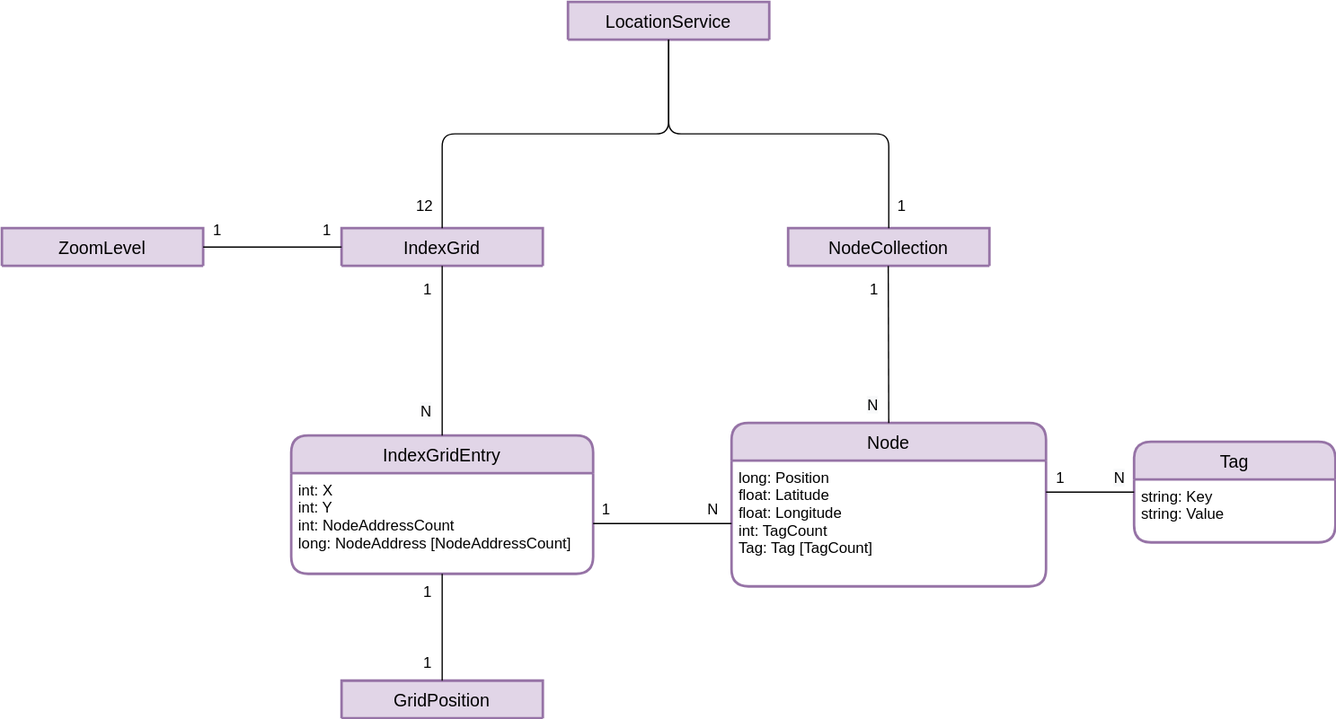
This is _images/architecture-data-format.drawio.svg from gartenkralle/geolocation-services-doc, a draw.io export, as it was before one commit. Source tidied: cells renumbered, new cells last; positions are measured from the earlier drawing's top-left corner, leaving out a move shared by most shapes. Source of this version:
```xml
<mxGraphModel>
  <root>
    <mxCell id="0" />
    <mxCell id="1" parent="0" />
    <mxCell id="2" value="Node" style="swimlane;horizontal=1;startSize=30;rounded=1;fontSize=14;fontStyle=0;strokeWidth=2;shadow=0;dashed=0;align=center;fillColor=#e1d5e7;strokeColor=#9673a6;" parent="1" vertex="1">
      <mxGeometry x="580" y="335" width="250" height="130" as="geometry" />
    </mxCell>
    <mxCell id="3" value="long: Position&#10;float: Latitude&#10;float: Longitude&#10;int: TagCount&#10;Tag: Tag [TagCount]" style="align=left;strokeColor=none;fillColor=none;spacingLeft=4;fontSize=12;verticalAlign=top;" parent="2" vertex="1">
      <mxGeometry y="30" width="250" height="100" as="geometry" />
    </mxCell>
    <mxCell id="4" value="IndexGridEntry" style="swimlane;horizontal=1;startSize=30;rounded=1;fontSize=14;fontStyle=0;strokeWidth=2;shadow=0;dashed=0;align=center;fillColor=#e1d5e7;strokeColor=#9673a6;" parent="1" vertex="1">
      <mxGeometry x="230" y="345" width="240" height="110" as="geometry" />
    </mxCell>
    <mxCell id="5" value="int: X&#10;int: Y&#10;int: NodeAddressCount&#10;long: NodeAddress [NodeAddressCount]" style="align=left;strokeColor=none;fillColor=none;spacingLeft=4;fontSize=12;verticalAlign=top;" parent="4" vertex="1">
      <mxGeometry y="30" width="240" height="80" as="geometry" />
    </mxCell>
    <mxCell id="6" value="IndexGrid" style="swimlane;horizontal=1;startSize=30;rounded=1;fontSize=14;fontStyle=0;strokeWidth=2;shadow=0;dashed=0;align=center;fillColor=#e1d5e7;strokeColor=#9673a6;" parent="1" vertex="1">
      <mxGeometry x="270" y="180" width="160" height="30" as="geometry" />
    </mxCell>
    <mxCell id="7" value="NodeCollection" style="swimlane;horizontal=1;startSize=30;rounded=1;fontSize=14;fontStyle=0;strokeWidth=2;shadow=0;dashed=0;align=center;fillColor=#e1d5e7;strokeColor=#9673a6;" parent="1" vertex="1">
      <mxGeometry x="625" y="180" width="160" height="30" as="geometry" />
    </mxCell>
    <mxCell id="8" style="endArrow=none;html=1;rounded=0;entryX=0.5;entryY=1;entryDx=0;entryDy=0;exitX=0.5;exitY=0;exitDx=0;exitDy=0;" parent="1" edge="1" source="4" target="6">
      <mxGeometry relative="1" as="geometry" />
    </mxCell>
    <mxCell id="9" value="1" style="html=1;align=right;verticalAlign=bottom;direction=south;spacingRight=-2;spacingBottom=3;" parent="8" vertex="1">
      <mxGeometry x="1" relative="1" as="geometry">
        <mxPoint x="-10" y="30" as="offset" />
      </mxGeometry>
    </mxCell>
    <mxCell id="10" style="endArrow=none;html=1;rounded=0;entryX=0.5;entryY=1;entryDx=0;entryDy=0;exitX=0.5;exitY=0;exitDx=0;exitDy=0;" parent="1" edge="1" source="2">
      <mxGeometry relative="1" as="geometry">
        <mxPoint x="704.6" y="210" as="targetPoint" />
      </mxGeometry>
    </mxCell>
    <mxCell id="11" value="1" style="html=1;align=right;verticalAlign=bottom;direction=south;spacingRight=-2;spacingBottom=3;" parent="10" vertex="1">
      <mxGeometry x="1" relative="1" as="geometry">
        <mxPoint x="-10" y="30" as="offset" />
      </mxGeometry>
    </mxCell>
    <mxCell id="12" value="12" style="html=1;align=right;verticalAlign=bottom;direction=south;spacingRight=-2;spacingBottom=3;" parent="1" vertex="1">
      <mxGeometry x="520" y="240" as="geometry">
        <mxPoint x="-179" y="-66" as="offset" />
      </mxGeometry>
    </mxCell>
    <mxCell id="13" value="1" style="html=1;align=right;verticalAlign=bottom;spacingRight=-2;spacingBottom=-6;" parent="1" vertex="1">
      <mxGeometry x="830" y="320" as="geometry">
        <mxPoint x="-113" y="-155" as="offset" />
      </mxGeometry>
    </mxCell>
    <mxCell id="14" value="&#10;&#10;&lt;span style=&quot;color: rgb(0, 0, 0); font-family: helvetica; font-size: 12px; font-style: normal; font-weight: 400; letter-spacing: normal; text-align: right; text-indent: 0px; text-transform: none; word-spacing: 0px; background-color: rgb(248, 249, 250); display: inline; float: none;&quot;&gt;N&lt;/span&gt;&#10;&#10;" style="html=1;align=right;verticalAlign=bottom;spacingBottom=-1;spacing=2;spacingRight=-2;" parent="1" vertex="1">
      <mxGeometry x="370" y="360" as="geometry">
        <mxPoint x="-30" y="2" as="offset" />
      </mxGeometry>
    </mxCell>
    <mxCell id="15" value="&#10;&#10;&lt;span style=&quot;color: rgb(0, 0, 0); font-family: helvetica; font-size: 12px; font-style: normal; font-weight: 400; letter-spacing: normal; text-align: right; text-indent: 0px; text-transform: none; word-spacing: 0px; background-color: rgb(248, 249, 250); display: inline; float: none;&quot;&gt;N&lt;/span&gt;&#10;&#10;" style="html=1;align=right;verticalAlign=bottom;spacingBottom=4;spacing=2;spacingRight=-7;" parent="1" vertex="1">
      <mxGeometry x="720" y="360" as="geometry">
        <mxPoint x="-30" y="2" as="offset" />
      </mxGeometry>
    </mxCell>
    <mxCell id="16" value="Tag" style="swimlane;horizontal=1;startSize=30;rounded=1;fontSize=14;fontStyle=0;strokeWidth=2;shadow=0;dashed=0;align=center;fillColor=#e1d5e7;strokeColor=#9673a6;" parent="1" vertex="1">
      <mxGeometry x="900" y="350" width="160" height="80" as="geometry" />
    </mxCell>
    <mxCell id="17" style="edgeStyle=none;html=1;" parent="16" edge="1" source="18" target="16">
      <mxGeometry relative="1" as="geometry" />
    </mxCell>
    <mxCell id="18" value="string: Key&#10;string: Value" style="align=left;strokeColor=none;fillColor=none;spacingLeft=4;fontSize=12;verticalAlign=top;" parent="16" vertex="1">
      <mxGeometry y="30" width="160" height="50" as="geometry" />
    </mxCell>
    <mxCell id="19" value="GridPosition" style="swimlane;horizontal=1;startSize=30;rounded=1;fontSize=14;fontStyle=0;strokeWidth=2;shadow=0;dashed=0;align=center;fillColor=#e1d5e7;strokeColor=#9673a6;" parent="1" vertex="1">
      <mxGeometry x="270" y="540" width="160" height="30" as="geometry" />
    </mxCell>
    <mxCell id="20" style="endArrow=none;html=1;rounded=0;strokeColor=#000000;exitX=0.5;exitY=1;exitDx=0;exitDy=0;entryX=0.5;entryY=0;entryDx=0;entryDy=0;" parent="1" edge="1" source="5" target="19">
      <mxGeometry relative="1" as="geometry" />
    </mxCell>
    <mxCell id="21" value="1" style="html=1;align=right;verticalAlign=bottom;direction=south;spacingRight=-3;spacingBottom=-3;" parent="1" vertex="1">
      <mxGeometry x="350" y="250" as="geometry">
        <mxPoint x="-11" y="225" as="offset" />
      </mxGeometry>
    </mxCell>
    <mxCell id="22" value="1" style="html=1;align=right;verticalAlign=bottom;direction=south;spacingRight=-2;spacingBottom=6;" parent="1" vertex="1">
      <mxGeometry x="340" y="540" as="geometry" />
    </mxCell>
    <mxCell id="23" value="ZoomLevel" style="swimlane;horizontal=1;startSize=30;rounded=1;fontSize=14;fontStyle=0;strokeWidth=2;shadow=0;dashed=0;align=center;fillColor=#e1d5e7;strokeColor=#9673a6;" parent="1" vertex="1">
      <mxGeometry y="180" width="160" height="30" as="geometry" />
    </mxCell>
    <mxCell id="24" style="endArrow=none;html=1;rounded=0;entryX=1;entryY=0.5;entryDx=0;entryDy=0;exitX=0;exitY=0.5;exitDx=0;exitDy=0;" parent="1" edge="1" source="6" target="23">
      <mxGeometry relative="1" as="geometry" />
    </mxCell>
    <mxCell id="25" value="1" style="html=1;align=right;verticalAlign=bottom;direction=south;spacingRight=-5;spacingBottom=5;" parent="24" vertex="1">
      <mxGeometry x="1" relative="1" as="geometry">
        <mxPoint x="10" as="offset" />
      </mxGeometry>
    </mxCell>
    <mxCell id="26" value="1" style="html=1;align=right;verticalAlign=bottom;direction=south;spacingRight=-2;spacingBottom=5;" parent="1" vertex="1">
      <mxGeometry x="260" y="195" as="geometry" />
    </mxCell>
    <mxCell id="27" value="LocationService" style="swimlane;horizontal=1;startSize=30;rounded=1;fontSize=14;fontStyle=0;strokeWidth=2;shadow=0;dashed=0;align=center;fillColor=#e1d5e7;strokeColor=#9673a6;" parent="1" vertex="1">
      <mxGeometry x="450" width="160" height="30" as="geometry" />
    </mxCell>
    <mxCell id="28" style="endArrow=none;html=1;rounded=1;entryX=0.5;entryY=1;entryDx=0;entryDy=0;exitX=0.5;exitY=0;exitDx=0;exitDy=0;edgeStyle=orthogonalEdgeStyle;" parent="1" edge="1" source="6" target="27">
      <mxGeometry relative="1" as="geometry" />
    </mxCell>
    <mxCell id="29" style="endArrow=none;html=1;rounded=1;exitX=0.5;exitY=0;exitDx=0;exitDy=0;entryX=0.5;entryY=1;entryDx=0;entryDy=0;edgeStyle=orthogonalEdgeStyle;" parent="1" edge="1" source="7" target="27">
      <mxGeometry relative="1" as="geometry" />
    </mxCell>
    <mxCell id="30" style="endArrow=none;html=1;rounded=1;exitX=1;exitY=0.25;exitDx=0;exitDy=0;" parent="1" edge="1" source="3">
      <mxGeometry relative="1" as="geometry">
        <mxPoint x="900" y="390" as="targetPoint" />
      </mxGeometry>
    </mxCell>
    <mxCell id="31" value="&#10;&#10;&lt;span style=&quot;color: rgb(0, 0, 0); font-family: helvetica; font-size: 12px; font-style: normal; font-weight: 400; letter-spacing: normal; text-align: right; text-indent: 0px; text-transform: none; word-spacing: 0px; background-color: rgb(248, 249, 250); display: inline; float: none;&quot;&gt;N&lt;/span&gt;&#10;&#10;" style="html=1;align=right;verticalAlign=bottom;spacingBottom=6;spacing=2;spacingRight=-3;" parent="1" vertex="1">
      <mxGeometry x="920" y="420" as="geometry">
        <mxPoint x="-30" y="2" as="offset" />
      </mxGeometry>
    </mxCell>
    <mxCell id="32" value="1" style="html=1;align=right;verticalAlign=bottom;direction=south;spacingRight=-2;spacingBottom=0;" parent="1" vertex="1">
      <mxGeometry x="704.6" y="250" as="geometry">
        <mxPoint x="138" y="137" as="offset" />
      </mxGeometry>
    </mxCell>
    <mxCell id="33" style="endArrow=none;html=1;rounded=1;exitX=1;exitY=0.5;exitDx=0;exitDy=0;entryX=0;entryY=0.5;entryDx=0;entryDy=0;" parent="1" edge="1" source="5" target="3">
      <mxGeometry relative="1" as="geometry" />
    </mxCell>
    <mxCell id="34" value="1" style="html=1;align=right;verticalAlign=bottom;direction=south;spacingRight=-2;spacingBottom=5;" parent="1" vertex="1">
      <mxGeometry x="350" y="250" as="geometry">
        <mxPoint x="132" y="167" as="offset" />
      </mxGeometry>
    </mxCell>
    <mxCell id="35" value="N" style="html=1;align=right;verticalAlign=bottom;direction=south;spacingRight=-2;spacingBottom=5;" parent="1" vertex="1">
      <mxGeometry x="360" y="270" as="geometry">
        <mxPoint x="208" y="147" as="offset" />
      </mxGeometry>
    </mxCell>
  </root>
</mxGraphModel>
```
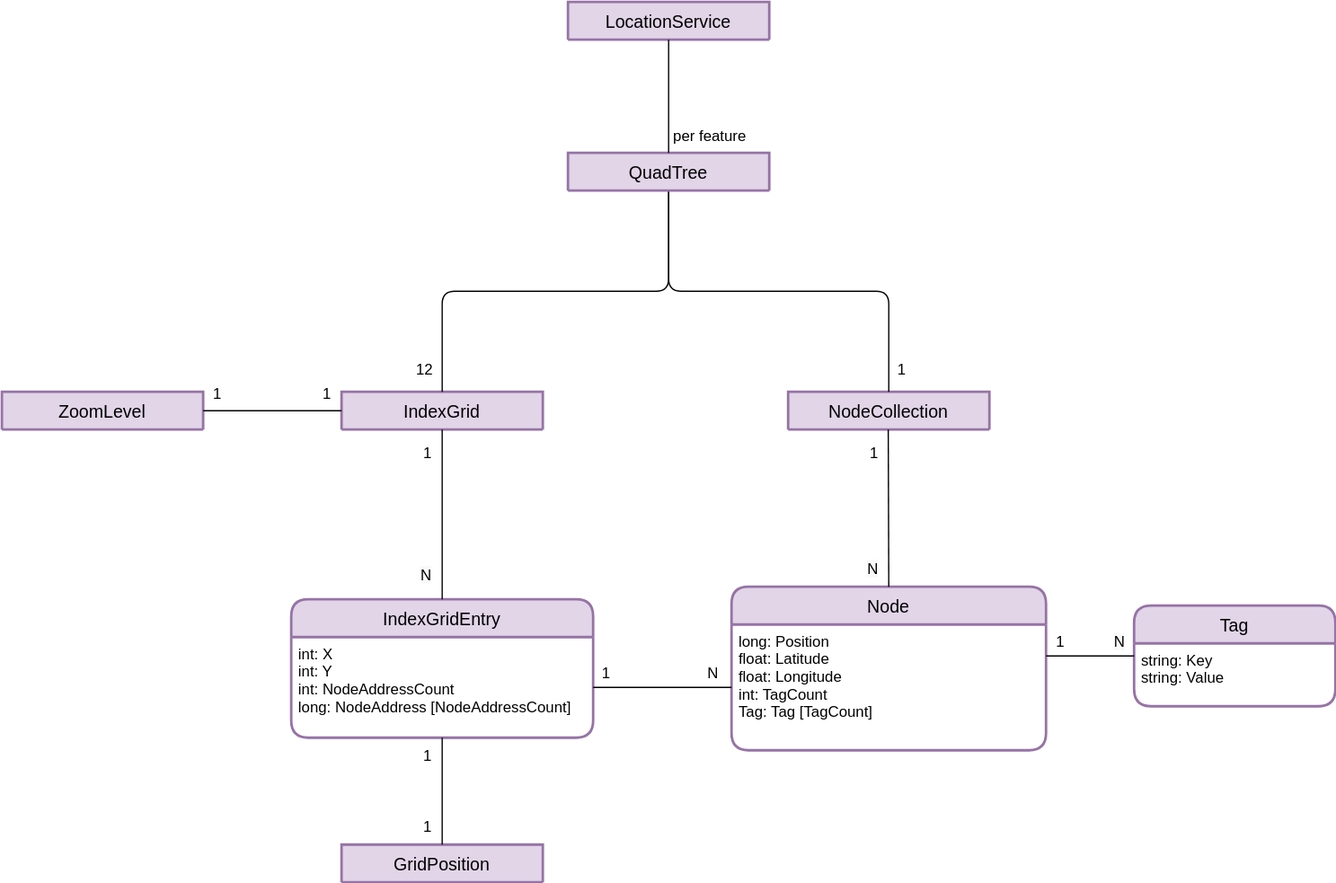
After the change.

Change to the diagram source:
```diff
@@ -96,12 +96,12 @@
       <mxGeometry x="260" y="195" as="geometry" />
     </mxCell>
     <mxCell id="27" value="LocationService" style="swimlane;horizontal=1;startSize=30;rounded=1;fontSize=14;fontStyle=0;strokeWidth=2;shadow=0;dashed=0;align=center;fillColor=#e1d5e7;strokeColor=#9673a6;" parent="1" vertex="1">
-      <mxGeometry x="450" width="160" height="30" as="geometry" />
+      <mxGeometry x="450" y="-130" width="160" height="30" as="geometry" />
     </mxCell>
-    <mxCell id="28" style="endArrow=none;html=1;rounded=1;entryX=0.5;entryY=1;entryDx=0;entryDy=0;exitX=0.5;exitY=0;exitDx=0;exitDy=0;edgeStyle=orthogonalEdgeStyle;" parent="1" edge="1" source="6" target="27">
+    <mxCell id="28" style="endArrow=none;html=1;rounded=1;entryX=0.5;entryY=1;entryDx=0;entryDy=0;exitX=0.5;exitY=0;exitDx=0;exitDy=0;edgeStyle=orthogonalEdgeStyle;" parent="1" edge="1" source="6" target="36">
       <mxGeometry relative="1" as="geometry" />
     </mxCell>
-    <mxCell id="29" style="endArrow=none;html=1;rounded=1;exitX=0.5;exitY=0;exitDx=0;exitDy=0;entryX=0.5;entryY=1;entryDx=0;entryDy=0;edgeStyle=orthogonalEdgeStyle;" parent="1" edge="1" source="7" target="27">
+    <mxCell id="29" style="endArrow=none;html=1;rounded=1;exitX=0.5;exitY=0;exitDx=0;exitDy=0;entryX=0.5;entryY=1;entryDx=0;entryDy=0;edgeStyle=orthogonalEdgeStyle;" parent="1" edge="1" source="7" target="36">
       <mxGeometry relative="1" as="geometry" />
     </mxCell>
     <mxCell id="30" style="endArrow=none;html=1;rounded=1;exitX=1;exitY=0.25;exitDx=0;exitDy=0;" parent="1" edge="1" source="3">
@@ -132,5 +132,14 @@
         <mxPoint x="208" y="147" as="offset" />
       </mxGeometry>
     </mxCell>
+    <mxCell id="36" value="QuadTree" style="swimlane;horizontal=1;startSize=30;rounded=1;fontSize=14;fontStyle=0;strokeWidth=2;shadow=0;dashed=0;align=center;fillColor=#e1d5e7;strokeColor=#9673a6;" parent="1" vertex="1">
+      <mxGeometry x="450" y="-10" width="160" height="30" as="geometry" />
+    </mxCell>
+    <mxCell id="37" style="endArrow=none;html=1;rounded=1;exitX=0.5;exitY=0;exitDx=0;exitDy=0;entryX=0.5;entryY=1;entryDx=0;entryDy=0;edgeStyle=orthogonalEdgeStyle;" parent="1" edge="1" source="36" target="27">
+      <mxGeometry relative="1" as="geometry" />
+    </mxCell>
+    <mxCell id="38" value="per feature" style="html=1;align=right;verticalAlign=bottom;direction=south;spacingRight=-2;spacingBottom=5;" parent="1" vertex="1">
+      <mxGeometry x="590" y="-10" as="geometry" />
+    </mxCell>
   </root>
 </mxGraphModel>
```
